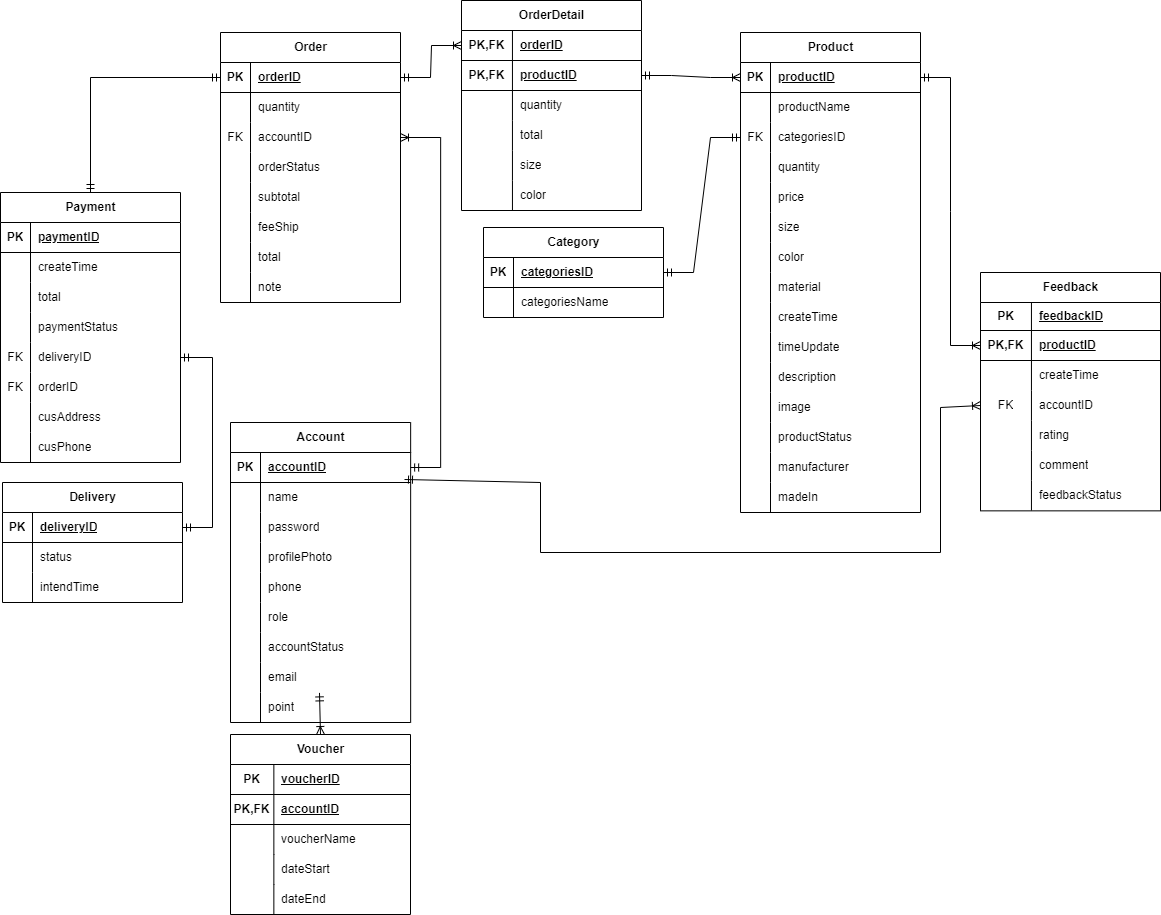
dangkhoadoiqwe/shopping_bird_cate keeps this draw.io diagram as BirdCage.drawio.png. Above is the earlier version. Source tidied: cells renumbered, new cells last; positions are measured from the earlier drawing's top-left corner, leaving out a move shared by most shapes.
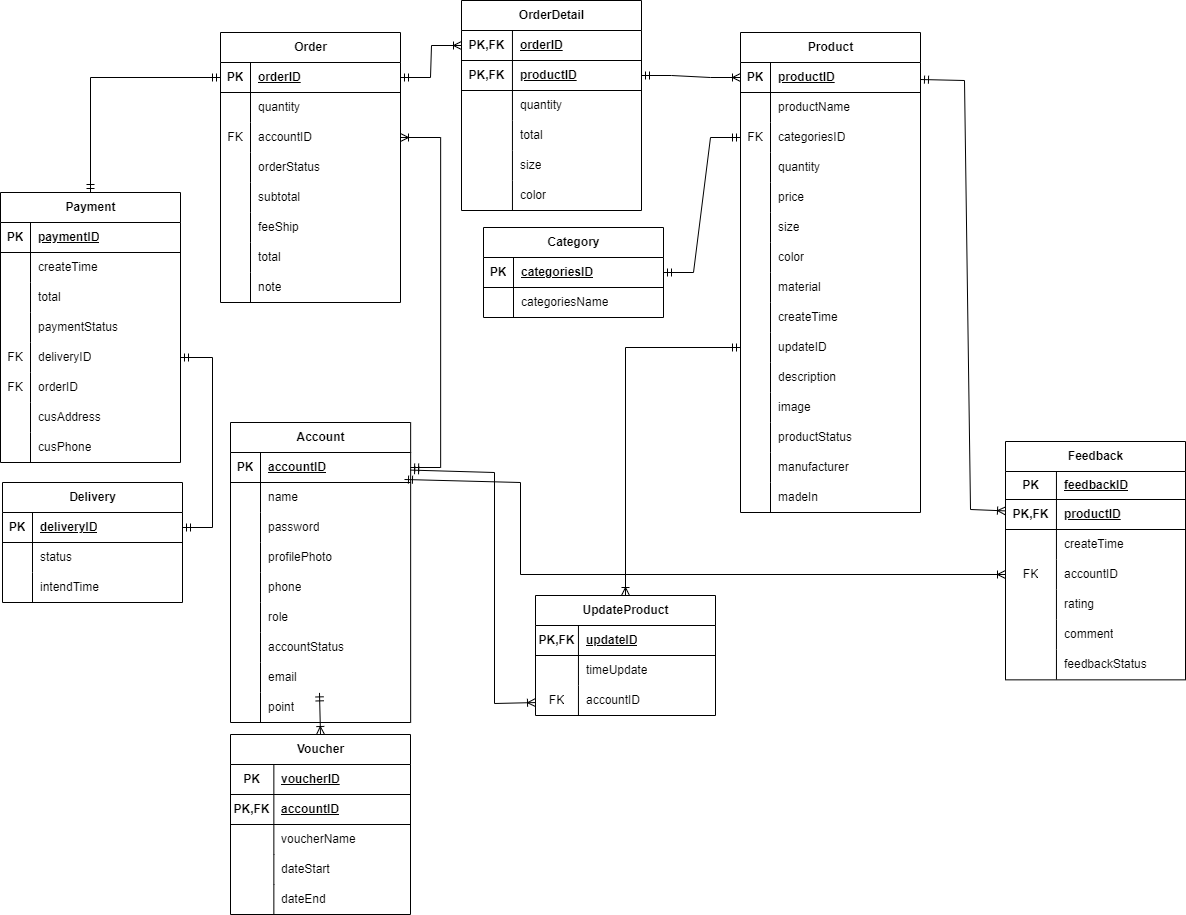
The same file after the commit.

What changed in the source:
```diff
@@ -176,7 +176,7 @@
     <mxCell id="59" style="shape=partialRectangle;fillColor=none;top=0;left=0;bottom=0;right=0;overflow=hidden;whiteSpace=wrap;html=1;" parent="58" vertex="1">
       <mxGeometry width="30" height="30" as="geometry" />
     </mxCell>
-    <mxCell id="60" value="timeUpdate" style="shape=partialRectangle;fillColor=none;top=0;left=0;bottom=0;right=0;align=left;spacingLeft=6;overflow=hidden;whiteSpace=wrap;html=1;" parent="58" vertex="1">
+    <mxCell id="60" value="updateID" style="shape=partialRectangle;fillColor=none;top=0;left=0;bottom=0;right=0;align=left;spacingLeft=6;overflow=hidden;whiteSpace=wrap;html=1;" parent="58" vertex="1">
       <mxGeometry x="30" width="150" height="30" as="geometry" />
     </mxCell>
     <mxCell id="61" style="shape=tableRow;horizontal=0;startSize=0;swimlaneHead=0;swimlaneBody=0;fillColor=none;top=0;left=0;right=0;bottom=0;" parent="30" vertex="1">
@@ -505,7 +505,7 @@
       </mxGeometry>
     </mxCell>
     <mxCell id="168" value="Feedback" style="shape=table;startSize=30;rowLines=0;fontStyle=1;align=center;html=1;" parent="1" vertex="1">
-      <mxGeometry x="980" y="272" width="180" height="238.4" as="geometry" />
+      <mxGeometry x="1005" y="441" width="180" height="238.4" as="geometry" />
     </mxCell>
     <mxCell id="169" style="shape=tableRow;horizontal=0;startSize=0;swimlaneHead=0;swimlaneBody=0;fillColor=none;top=0;left=0;right=0;bottom=1;" parent="168" vertex="1">
       <mxGeometry y="30" width="180" height="28" as="geometry" />
@@ -570,17 +570,20 @@
     <mxCell id="189" value="feedbackStatus" style="shape=partialRectangle;fillColor=none;top=0;left=0;bottom=0;right=0;align=left;spacingLeft=6;overflow=hidden;whiteSpace=wrap;html=1;" parent="187" vertex="1">
       <mxGeometry x="50.9" width="129.1" height="30" as="geometry" />
     </mxCell>
-    <mxCell id="190" style="edgeStyle=entityRelationEdgeStyle;fontSize=12;html=1;endArrow=ERoneToMany;startArrow=ERmandOne;rounded=0;" parent="1" edge="1" source="31" target="172">
-      <mxGeometry relative="1" as="geometry" />
+    <mxCell id="190" style="fontSize=12;html=1;endArrow=ERoneToMany;startArrow=ERmandOne;rounded=0;" parent="1" edge="1" source="31" target="172">
+      <mxGeometry relative="1" as="geometry">
+        <Array as="points">
+          <mxPoint x="964" y="80" />
+          <mxPoint x="970" y="509" />
+        </Array>
+      </mxGeometry>
     </mxCell>
     <mxCell id="191" style="fontSize=12;html=1;endArrow=ERoneToMany;startArrow=ERmandOne;rounded=0;entryX=0;entryY=0.5;entryDx=0;entryDy=0;" parent="1" edge="1" target="178">
       <mxGeometry relative="1" as="geometry">
         <mxPoint x="404" y="479" as="sourcePoint" />
         <Array as="points">
-          <mxPoint x="540" y="482" />
-          <mxPoint x="540" y="552" />
-          <mxPoint x="940" y="552" />
-          <mxPoint x="940" y="407" />
+          <mxPoint x="520" y="482" />
+          <mxPoint x="520" y="574" />
         </Array>
       </mxGeometry>
     </mxCell>
@@ -635,5 +638,46 @@
     <mxCell id="208" style="fontSize=12;html=1;endArrow=ERoneToMany;startArrow=ERmandOne;rounded=0;entryX=0.5;entryY=0;entryDx=0;entryDy=0;exitX=0.494;exitY=1.013;exitDx=0;exitDy=0;exitPerimeter=0;" parent="1" edge="1" source="24" target="192">
       <mxGeometry relative="1" as="geometry" />
     </mxCell>
+    <mxCell id="209" style="edgeStyle=orthogonalEdgeStyle;rounded=0;jettySize=auto;html=1;exitX=0.5;exitY=0;exitDx=0;exitDy=0;startArrow=ERoneToMany;startFill=0;endArrow=ERmandOne;endFill=0;" parent="1" edge="1" source="210" target="58">
+      <mxGeometry relative="1" as="geometry" />
+    </mxCell>
+    <mxCell id="210" value="UpdateProduct" style="shape=table;startSize=30;rowLines=0;fontStyle=1;align=center;html=1;" parent="1" vertex="1">
+      <mxGeometry x="535" y="595" width="180" height="120" as="geometry" />
+    </mxCell>
+    <mxCell id="211" style="shape=tableRow;horizontal=0;startSize=0;swimlaneHead=0;swimlaneBody=0;fillColor=none;top=0;left=0;right=0;bottom=1;" parent="210" vertex="1">
+      <mxGeometry y="30" width="180" height="30" as="geometry" />
+    </mxCell>
+    <mxCell id="212" value="PK,FK" style="shape=partialRectangle;fillColor=none;top=0;left=0;bottom=0;right=0;fontStyle=1;overflow=hidden;whiteSpace=wrap;html=1;" parent="211" vertex="1">
+      <mxGeometry width="43" height="30" as="geometry" />
+    </mxCell>
+    <mxCell id="213" value="updateID" style="shape=partialRectangle;fillColor=none;top=0;left=0;bottom=0;right=0;align=left;spacingLeft=6;fontStyle=5;overflow=hidden;whiteSpace=wrap;html=1;" parent="211" vertex="1">
+      <mxGeometry x="43" width="137" height="30" as="geometry" />
+    </mxCell>
+    <mxCell id="214" style="shape=tableRow;horizontal=0;startSize=0;swimlaneHead=0;swimlaneBody=0;fillColor=none;top=0;left=0;right=0;bottom=0;" parent="210" vertex="1">
+      <mxGeometry y="60" width="180" height="30" as="geometry" />
+    </mxCell>
+    <mxCell id="215" style="shape=partialRectangle;fillColor=none;top=0;left=0;bottom=0;right=0;overflow=hidden;whiteSpace=wrap;html=1;" parent="214" vertex="1">
+      <mxGeometry width="43" height="30" as="geometry" />
+    </mxCell>
+    <mxCell id="216" value="timeUpdate" style="shape=partialRectangle;fillColor=none;top=0;left=0;bottom=0;right=0;align=left;spacingLeft=6;overflow=hidden;whiteSpace=wrap;html=1;" parent="214" vertex="1">
+      <mxGeometry x="43" width="137" height="30" as="geometry" />
+    </mxCell>
+    <mxCell id="217" style="shape=tableRow;horizontal=0;startSize=0;swimlaneHead=0;swimlaneBody=0;fillColor=none;points=[[0,0.5],[1,0.5]];portConstraint=eastwest;top=0;left=0;right=0;bottom=0;" parent="210" vertex="1">
+      <mxGeometry y="90" width="180" height="30" as="geometry" />
+    </mxCell>
+    <mxCell id="218" value="FK" style="shape=partialRectangle;fillColor=none;top=0;left=0;bottom=0;right=0;overflow=hidden;whiteSpace=wrap;html=1;" parent="217" vertex="1">
+      <mxGeometry width="43" height="30" as="geometry" />
+    </mxCell>
+    <mxCell id="219" value="accountID" style="shape=partialRectangle;fillColor=none;top=0;left=0;bottom=0;right=0;align=left;spacingLeft=6;overflow=hidden;whiteSpace=wrap;html=1;" parent="217" vertex="1">
+      <mxGeometry x="43" width="137" height="30" as="geometry" />
+    </mxCell>
+    <mxCell id="220" style="fontSize=12;html=1;endArrow=ERoneToMany;startArrow=ERmandOne;rounded=0;" parent="1" edge="1" source="3" target="217">
+      <mxGeometry relative="1" as="geometry">
+        <Array as="points">
+          <mxPoint x="494" y="472" />
+          <mxPoint x="494" y="703" />
+        </Array>
+      </mxGeometry>
+    </mxCell>
   </root>
 </mxGraphModel>
```
